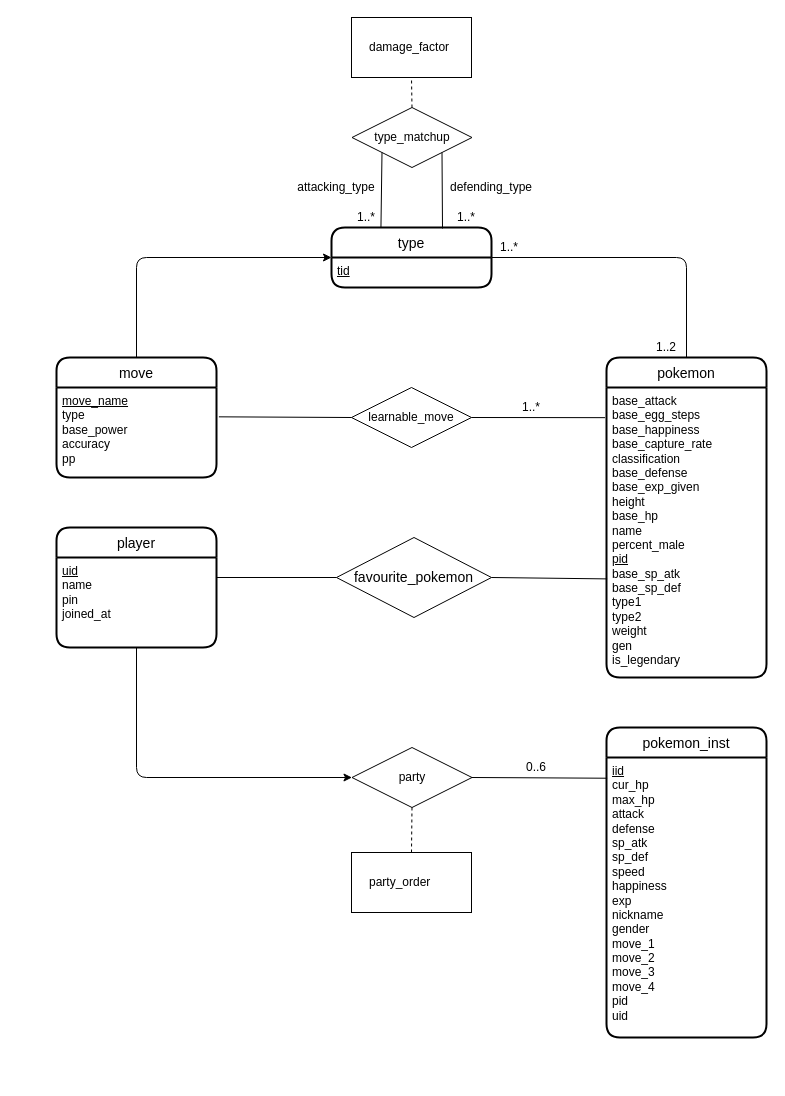
This is ER_Diagram.drawio from JustinReiter/cs348-project, a draw.io file, before an edit. Source tidied: cells renumbered, new cells numbered last; positions are measured from the earlier drawing's top-left corner, leaving out a move shared by most shapes. Both pictures are drawn from the tidied source at 100%, with x=0, y=0 at pixel (56, 17).
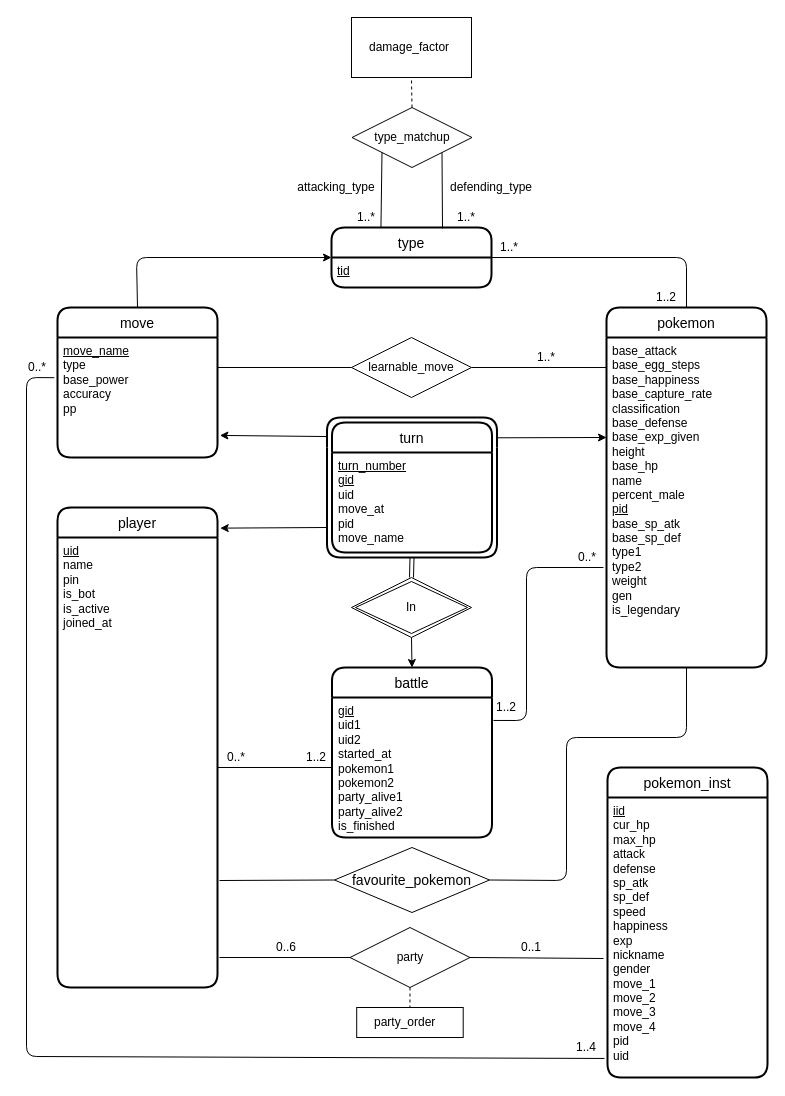
Above is the later version.

The change refers to these unchanged cells:
```xml
<mxCell id="9" value="&lt;u&gt;iid&lt;/u&gt;&lt;br&gt;cur_hp&lt;br&gt;max_hp&lt;br&gt;attack&lt;br&gt;defense&lt;br&gt;sp_atk&lt;br&gt;sp_def&lt;br&gt;speed&lt;br&gt;happiness&lt;br&gt;exp&lt;br&gt;nickname&lt;br&gt;gender&lt;br&gt;move_1&lt;br&gt;move_2&lt;br&gt;move_3&lt;br&gt;move_4&lt;br&gt;pid&lt;br&gt;uid" style="align=left;strokeColor=none;fillColor=none;spacingLeft=4;fontSize=12;verticalAlign=top;html=1;" parent="8" vertex="1">
  <mxGeometry y="30" width="160" height="280" as="geometry" />
</mxCell>
```

What changed in the source:
```diff
@@
     <mxCell id="2" value="party" style="shape=rhombus;perimeter=rhombusPerimeter;whiteSpace=wrap;html=1;align=center;" parent="1" vertex="1">
-      <mxGeometry x="295.5" y="730" width="120" height="60" as="geometry" />
+      <mxGeometry x="293.5" y="910" width="120" height="60" as="geometry" />
     </mxCell>
@@
     <mxCell id="4" value="learnable_move" style="shape=rhombus;perimeter=rhombusPerimeter;whiteSpace=wrap;html=1;align=center;" parent="1" vertex="1">
-      <mxGeometry x="295" y="370" width="120" height="60" as="geometry" />
+      <mxGeometry x="295" y="320" width="120" height="60" as="geometry" />
     </mxCell>
     <mxCell id="5" value="&lt;span style=&quot;font-size: 14px&quot;&gt;favourite_pokemon&lt;/span&gt;" style="shape=rhombus;perimeter=rhombusPerimeter;whiteSpace=wrap;html=1;align=center;" parent="1" vertex="1">
-      <mxGeometry x="280" y="520" width="155" height="80" as="geometry" />
+      <mxGeometry x="278" y="830" width="155" height="65" as="geometry" />
     </mxCell>
+    <mxCell id="10" value="type" style="swimlane;horizontal=1;startSize=30;rounded=1;fontSize=14;fontStyle=0;strokeWidth=2;shadow=0;dashed=0;align=center;" parent="1" vertex="1">
+      <mxGeometry x="275" y="210" width="160" height="60" as="geometry" />
+    </mxCell>
+    <mxCell id="11" value="&lt;u&gt;tid&lt;/u&gt;" style="align=left;strokeColor=none;fillColor=none;spacingLeft=4;fontSize=12;verticalAlign=top;html=1;" parent="10" vertex="1">
+      <mxGeometry y="30" width="160" height="30" as="geometry" />
+    </mxCell>
+    <mxCell id="16" value="damage_factor" style="rounded=0;whiteSpace=wrap;html=1;align=left;spacingLeft=16;" parent="1" vertex="1">
+      <mxGeometry x="295" width="120" height="60" as="geometry" />
+    </mxCell>
     <mxCell id="6" value="pokemon" style="swimlane;horizontal=1;startSize=30;rounded=1;fontSize=14;fontStyle=0;strokeWidth=2;shadow=0;dashed=0;align=center;" parent="1" vertex="1">
-      <mxGeometry x="550" y="340" width="160" height="320" as="geometry" />
+      <mxGeometry x="550" y="290" width="160" height="360" as="geometry" />
     </mxCell>
     <mxCell id="7" value="base_attack&lt;br&gt;base_egg_steps&lt;br&gt;base_happiness&lt;br&gt;base_capture_rate&lt;br&gt;classification&lt;br&gt;base_defense&lt;br&gt;base_exp_given&lt;br&gt;height&lt;br&gt;base_hp&lt;br&gt;name&lt;br&gt;percent_male&lt;br&gt;&lt;u&gt;pid&lt;/u&gt;&lt;br&gt;base_sp_atk&lt;br&gt;base_sp_def&lt;br&gt;type1&lt;br&gt;type2&lt;br&gt;weight&lt;br&gt;gen&lt;br&gt;is_legendary" style="align=left;strokeColor=none;fillColor=none;spacingLeft=4;fontSize=12;verticalAlign=top;html=1;" parent="6" vertex="1">
-      <mxGeometry y="30" width="160" height="290" as="geometry" />
+      <mxGeometry y="30" width="160" height="330" as="geometry" />
     </mxCell>
+    <mxCell id="40" value="battle" style="swimlane;horizontal=1;startSize=30;rounded=1;fontSize=14;fontStyle=0;strokeWidth=2;shadow=0;dashed=0;align=center;glass=0;comic=0;" parent="1" vertex="1">
+      <mxGeometry x="275.5" y="650" width="160" height="170" as="geometry" />
+    </mxCell>
+    <mxCell id="41" value="&lt;u&gt;gid&lt;br&gt;&lt;/u&gt;uid1&lt;br&gt;uid2&lt;br&gt;started_at&lt;br&gt;pokemon1&lt;br&gt;pokemon2&lt;br&gt;party_alive1&lt;br&gt;party_alive2&lt;br&gt;is_finished" style="align=left;strokeColor=none;fillColor=none;spacingLeft=4;fontSize=12;verticalAlign=top;html=1;" parent="40" vertex="1">
+      <mxGeometry y="30" width="160" height="140" as="geometry" />
+    </mxCell>
     <mxCell id="8" value="pokemon_inst" style="swimlane;horizontal=1;startSize=30;rounded=1;fontSize=14;fontStyle=0;strokeWidth=2;shadow=0;dashed=0;align=center;" parent="1" vertex="1">
-      <mxGeometry x="550" y="710" width="160" height="310" as="geometry" />
+      <mxGeometry x="551" y="750" width="160" height="310" as="geometry" />
     </mxCell>
@@
-    <mxCell id="10" value="type" style="swimlane;horizontal=1;startSize=30;rounded=1;fontSize=14;fontStyle=0;strokeWidth=2;shadow=0;dashed=0;align=center;" parent="1" vertex="1">
-      <mxGeometry x="275" y="210" width="160" height="60" as="geometry" />
-    </mxCell>
-    <mxCell id="11" value="&lt;u&gt;tid&lt;/u&gt;" style="align=left;strokeColor=none;fillColor=none;spacingLeft=4;fontSize=12;verticalAlign=top;html=1;" parent="10" vertex="1">
-      <mxGeometry y="30" width="160" height="30" as="geometry" />
-    </mxCell>
     <mxCell id="12" value="player" style="swimlane;horizontal=1;startSize=30;rounded=1;fontSize=14;fontStyle=0;strokeWidth=2;shadow=0;dashed=0;align=center;" parent="1" vertex="1">
-      <mxGeometry y="510" width="160" height="120" as="geometry" />
+      <mxGeometry x="1" y="490" width="160" height="480" as="geometry" />
     </mxCell>
-    <mxCell id="13" value="&lt;u&gt;uid&lt;/u&gt;&lt;br&gt;name&lt;br&gt;pin&lt;br&gt;joined_at" style="align=left;strokeColor=none;fillColor=none;spacingLeft=4;fontSize=12;verticalAlign=top;html=1;" parent="12" vertex="1">
-      <mxGeometry y="30" width="160" height="90" as="geometry" />
+    <mxCell id="13" value="&lt;u&gt;uid&lt;/u&gt;&lt;br&gt;name&lt;br&gt;pin&lt;br&gt;is_bot&lt;br&gt;is_active&lt;br&gt;joined_at" style="align=left;strokeColor=none;fillColor=none;spacingLeft=4;fontSize=12;verticalAlign=top;html=1;" parent="12" vertex="1">
+      <mxGeometry y="30" width="160" height="450" as="geometry" />
     </mxCell>
     <mxCell id="14" value="move" style="swimlane;horizontal=1;startSize=30;rounded=1;fontSize=14;fontStyle=0;strokeWidth=2;shadow=0;dashed=0;align=center;" parent="1" vertex="1">
-      <mxGeometry y="340" width="160" height="120" as="geometry" />
+      <mxGeometry x="1" y="290" width="160" height="150" as="geometry" />
     </mxCell>
     <mxCell id="15" value="&lt;u&gt;move_name&lt;br&gt;&lt;/u&gt;type&lt;br&gt;base_power&lt;br&gt;accuracy&lt;br&gt;pp" style="align=left;strokeColor=none;fillColor=none;spacingLeft=4;fontSize=12;verticalAlign=top;html=1;" parent="14" vertex="1">
-      <mxGeometry y="30" width="160" height="90" as="geometry" />
+      <mxGeometry y="30" width="160" height="120" as="geometry" />
     </mxCell>
-    <mxCell id="16" value="damage_factor" style="rounded=0;whiteSpace=wrap;html=1;align=left;spacingLeft=16;" parent="1" vertex="1">
-      <mxGeometry x="295" width="120" height="60" as="geometry" />
-    </mxCell>
     <mxCell id="17" value="party_order" style="rounded=0;whiteSpace=wrap;html=1;align=left;spacingLeft=16;" parent="1" vertex="1">
-      <mxGeometry x="295" y="835" width="120" height="60" as="geometry" />
+      <mxGeometry x="300.2" y="990" width="106.5" height="30" as="geometry" />
     </mxCell>
@@
     <mxCell id="29" value="1..2" style="text;html=1;strokeColor=none;fillColor=none;align=center;verticalAlign=middle;whiteSpace=wrap;rounded=0;" parent="1" vertex="1">
-      <mxGeometry x="590" y="320" width="40" height="20" as="geometry" />
+      <mxGeometry x="590" y="270" width="40" height="20" as="geometry" />
     </mxCell>
@@
-    <mxCell id="31" style="endArrow=none;html=1;exitX=1.015;exitY=0.326;exitDx=0;exitDy=0;exitPerimeter=0;entryX=0;entryY=0.5;entryDx=0;entryDy=0;" parent="1" edge="1" source="15" target="4">
+    <mxCell id="31" style="endArrow=none;html=1;exitX=1;exitY=0.25;exitDx=0;exitDy=0;entryX=0;entryY=0.5;entryDx=0;entryDy=0;" parent="1" edge="1" source="15" target="4">
       <mxGeometry relative="1" as="geometry" />
     </mxCell>
-    <mxCell id="32" style="endArrow=none;html=1;entryX=-0.009;entryY=0.104;entryDx=0;entryDy=0;entryPerimeter=0;exitX=1;exitY=0.5;exitDx=0;exitDy=0;" parent="1" edge="1" source="4" target="7">
+    <mxCell id="32" style="endArrow=none;html=1;entryX=0;entryY=0.091;entryDx=0;entryDy=0;entryPerimeter=0;exitX=1;exitY=0.5;exitDx=0;exitDy=0;" parent="1" edge="1" source="4" target="7">
       <mxGeometry relative="1" as="geometry" />
     </mxCell>
     <mxCell id="33" value="1..*" style="text;html=1;strokeColor=none;fillColor=none;align=center;verticalAlign=middle;whiteSpace=wrap;rounded=0;" parent="1" vertex="1">
-      <mxGeometry x="455" y="380" width="40" height="20" as="geometry" />
+      <mxGeometry x="470" y="330" width="40" height="20" as="geometry" />
     </mxCell>
     <mxCell id="34" style="endArrow=none;html=1;entryX=0;entryY=0.5;entryDx=0;entryDy=0;" parent="1" edge="1" target="5">
       <mxGeometry relative="1" as="geometry">
-        <mxPoint x="160" y="560" as="sourcePoint" />
+        <mxPoint x="163" y="863" as="sourcePoint" />
       </mxGeometry>
     </mxCell>
-    <mxCell id="35" style="endArrow=none;html=1;exitX=1;exitY=0.5;exitDx=0;exitDy=0;entryX=0.004;entryY=0.66;entryDx=0;entryDy=0;entryPerimeter=0;" parent="1" edge="1" source="5" target="7">
-      <mxGeometry relative="1" as="geometry" />
+    <mxCell id="35" style="endArrow=none;html=1;exitX=1;exitY=0.5;exitDx=0;exitDy=0;entryX=0.5;entryY=1;entryDx=0;entryDy=0;" parent="1" edge="1" source="5" target="7">
+      <mxGeometry relative="1" as="geometry">
+        <Array as="points">
+          <mxPoint x="510" y="863" />
+          <mxPoint x="510" y="720" />
+          <mxPoint x="630" y="720" />
+        </Array>
+      </mxGeometry>
     </mxCell>
-    <mxCell id="36" style="endArrow=classic;html=1;exitX=0.5;exitY=1;exitDx=0;exitDy=0;entryX=0;entryY=0.5;entryDx=0;entryDy=0;" parent="1" edge="1" source="13" target="2">
+    <mxCell id="36" style="endArrow=none;html=1;entryX=0;entryY=0.5;entryDx=0;entryDy=0;endFill=0;" parent="1" edge="1" target="2">
       <mxGeometry relative="1" as="geometry">
-        <Array as="points">
-          <mxPoint x="80" y="760" />
-        </Array>
+        <mxPoint x="163" y="940" as="sourcePoint" />
       </mxGeometry>
     </mxCell>
+    <mxCell id="39" style="endArrow=none;dashed=1;html=1;exitX=0.5;exitY=1;exitDx=0;exitDy=0;entryX=0.5;entryY=0;entryDx=0;entryDy=0;" parent="1" edge="1" source="2" target="17">
+      <mxGeometry relative="1" as="geometry" />
+    </mxCell>
+    <mxCell id="42" style="group;" parent="1" vertex="1">
+      <mxGeometry x="270.5" y="400" width="170" height="140" as="geometry" />
+    </mxCell>
+    <mxCell id="43" style="swimlane;horizontal=1;startSize=30;rounded=1;fontSize=14;fontStyle=0;strokeWidth=2;shadow=0;dashed=0;align=center;glass=0;comic=0;swimlaneLine=0;" parent="42" vertex="1">
+      <mxGeometry width="170" height="140" as="geometry" />
+    </mxCell>
+    <mxCell id="44" value="turn" style="swimlane;horizontal=1;startSize=30;rounded=1;fontSize=14;fontStyle=0;strokeWidth=2;shadow=0;dashed=0;align=center;strokeColor=#000000;comic=0;glass=0;swimlaneLine=1;" parent="42" vertex="1">
+      <mxGeometry x="5" y="5" width="160" height="130" as="geometry" />
+    </mxCell>
+    <mxCell id="45" value="&lt;u&gt;turn_number&lt;/u&gt;&lt;br&gt;&lt;u&gt;gid&lt;/u&gt;&lt;br&gt;uid&lt;br&gt;move_at&lt;br&gt;pid&lt;br&gt;move_name" style="align=left;strokeColor=none;fillColor=none;spacingLeft=4;fontSize=12;verticalAlign=top;html=1;" parent="44" vertex="1">
+      <mxGeometry y="30" width="160" height="100" as="geometry" />
+    </mxCell>
+    <mxCell id="46" value="In" style="shape=rhombus;double=1;perimeter=rhombusPerimeter;whiteSpace=wrap;html=1;align=center;rounded=0;shadow=0;glass=0;comic=0;strokeColor=#000000;" parent="1" vertex="1">
+      <mxGeometry x="295" y="560" width="120" height="60" as="geometry" />
+    </mxCell>
+    <mxCell id="47" style="shape=link;html=1;entryX=0.5;entryY=1;entryDx=0;entryDy=0;exitX=0.5;exitY=0;exitDx=0;exitDy=0;" parent="1" edge="1" source="46" target="43">
+      <mxGeometry relative="1" as="geometry" />
+    </mxCell>
-    <mxCell id="37" style="endArrow=none;html=1;exitX=1;exitY=0.5;exitDx=0;exitDy=0;entryX=0.004;entryY=0.074;entryDx=0;entryDy=0;entryPerimeter=0;" parent="1" edge="1" source="2" target="9">
+    <mxCell id="37" style="endArrow=none;html=1;exitX=1;exitY=0.5;exitDx=0;exitDy=0;entryX=-0.025;entryY=0.575;entryDx=0;entryDy=0;entryPerimeter=0;" parent="1" edge="1" source="2" target="9">
       <mxGeometry relative="1" as="geometry" />
     </mxCell>
-    <mxCell id="38" value="0..6" style="text;html=1;strokeColor=none;fillColor=none;align=center;verticalAlign=middle;whiteSpace=wrap;rounded=0;" parent="1" vertex="1">
-      <mxGeometry x="460" y="740" width="40" height="20" as="geometry" />
+    <mxCell id="38" value="0..6" style="text;html=1;strokeColor=none;fillColor=none;align=center;verticalAlign=middle;whiteSpace=wrap;rounded=0;shadow=0;glass=0;comic=0;" parent="1" vertex="1">
+      <mxGeometry x="210" y="920" width="40" height="20" as="geometry" />
     </mxCell>
-    <mxCell id="39" style="endArrow=none;dashed=1;html=1;exitX=0.5;exitY=1;exitDx=0;exitDy=0;entryX=0.5;entryY=0;entryDx=0;entryDy=0;" parent="1" edge="1" source="2" target="17">
-      <mxGeometry relative="1" as="geometry" />
-    </mxCell>
+    <mxCell id="48" style="endArrow=classic;html=1;entryX=0.5;entryY=0;entryDx=0;entryDy=0;exitX=0.5;exitY=1;exitDx=0;exitDy=0;" parent="1" edge="1" source="46" target="40">
+      <mxGeometry relative="1" as="geometry" />
+    </mxCell>
+    <mxCell id="49" style="endArrow=classic;html=1;exitX=-0.006;exitY=0.136;exitDx=0;exitDy=0;exitPerimeter=0;entryX=1.015;entryY=0.816;entryDx=0;entryDy=0;entryPerimeter=0;" parent="1" edge="1" source="43" target="15">
+      <mxGeometry relative="1" as="geometry" />
+    </mxCell>
+    <mxCell id="50" style="endArrow=classic;html=1;exitX=1.005;exitY=0.145;exitDx=0;exitDy=0;exitPerimeter=0;entryX=0;entryY=0.303;entryDx=0;entryDy=0;entryPerimeter=0;" parent="1" edge="1" source="43" target="7">
+      <mxGeometry relative="1" as="geometry" />
+    </mxCell>
+    <mxCell id="51" style="endArrow=classic;html=1;entryX=1.017;entryY=0.043;entryDx=0;entryDy=0;entryPerimeter=0;" parent="1" edge="1" target="12">
+      <mxGeometry relative="1" as="geometry">
+        <mxPoint x="270" y="510" as="sourcePoint" />
+      </mxGeometry>
+    </mxCell>
+    <mxCell id="52" style="endArrow=none;html=1;exitX=-0.02;exitY=0.335;exitDx=0;exitDy=0;exitPerimeter=0;entryX=-0.019;entryY=0.932;entryDx=0;entryDy=0;entryPerimeter=0;" parent="1" edge="1" source="15" target="9">
+      <mxGeometry relative="1" as="geometry">
+        <Array as="points">
+          <mxPoint x="-30" y="360" />
+          <mxPoint x="-30" y="1039" />
+        </Array>
+      </mxGeometry>
+    </mxCell>
+    <mxCell id="53" style="endArrow=none;html=1;exitX=0;exitY=0.5;exitDx=0;exitDy=0;" parent="1" edge="1" source="41">
+      <mxGeometry relative="1" as="geometry">
+        <mxPoint x="161" y="750" as="targetPoint" />
+      </mxGeometry>
+    </mxCell>
+    <mxCell id="54" style="endArrow=none;html=1;entryX=1.009;entryY=0.164;entryDx=0;entryDy=0;entryPerimeter=0;exitX=-0.019;exitY=0.697;exitDx=0;exitDy=0;exitPerimeter=0;" parent="1" edge="1" source="7" target="41">
+      <mxGeometry relative="1" as="geometry">
+        <Array as="points">
+          <mxPoint x="470" y="550" />
+          <mxPoint x="470" y="703" />
+        </Array>
+      </mxGeometry>
+    </mxCell>
+    <mxCell id="55" value="0..*" style="text;html=1;strokeColor=none;fillColor=none;align=center;verticalAlign=middle;whiteSpace=wrap;rounded=0;shadow=0;glass=0;comic=0;" parent="1" vertex="1">
+      <mxGeometry x="160" y="730" width="40" height="20" as="geometry" />
+    </mxCell>
+    <mxCell id="56" value="1..2" style="text;html=1;strokeColor=none;fillColor=none;align=center;verticalAlign=middle;whiteSpace=wrap;rounded=0;shadow=0;glass=0;comic=0;" parent="1" vertex="1">
+      <mxGeometry x="240" y="730" width="40" height="20" as="geometry" />
+    </mxCell>
+    <mxCell id="57" value="0..*" style="text;html=1;strokeColor=none;fillColor=none;align=center;verticalAlign=middle;whiteSpace=wrap;rounded=0;shadow=0;glass=0;comic=0;" parent="1" vertex="1">
+      <mxGeometry x="511" y="530" width="40" height="20" as="geometry" />
+    </mxCell>
+    <mxCell id="58" value="1..2" style="text;html=1;strokeColor=none;fillColor=none;align=center;verticalAlign=middle;whiteSpace=wrap;rounded=0;shadow=0;glass=0;comic=0;" parent="1" vertex="1">
+      <mxGeometry x="430" y="680" width="40" height="20" as="geometry" />
+    </mxCell>
+    <mxCell id="59" value="1..4" style="text;html=1;strokeColor=none;fillColor=none;align=center;verticalAlign=middle;whiteSpace=wrap;rounded=0;shadow=0;glass=0;comic=0;" parent="1" vertex="1">
+      <mxGeometry x="510" y="1020" width="40" height="20" as="geometry" />
+    </mxCell>
+    <mxCell id="60" value="0..*" style="text;html=1;strokeColor=none;fillColor=none;align=center;verticalAlign=middle;whiteSpace=wrap;rounded=0;shadow=0;glass=0;comic=0;" parent="1" vertex="1">
+      <mxGeometry x="-39" y="340" width="40" height="20" as="geometry" />
+    </mxCell>
+    <mxCell id="61" value="0..1" style="text;html=1;strokeColor=none;fillColor=none;align=center;verticalAlign=middle;whiteSpace=wrap;rounded=0;shadow=0;glass=0;comic=0;" parent="1" vertex="1">
+      <mxGeometry x="455" y="920" width="40" height="20" as="geometry" />
+    </mxCell>
```
